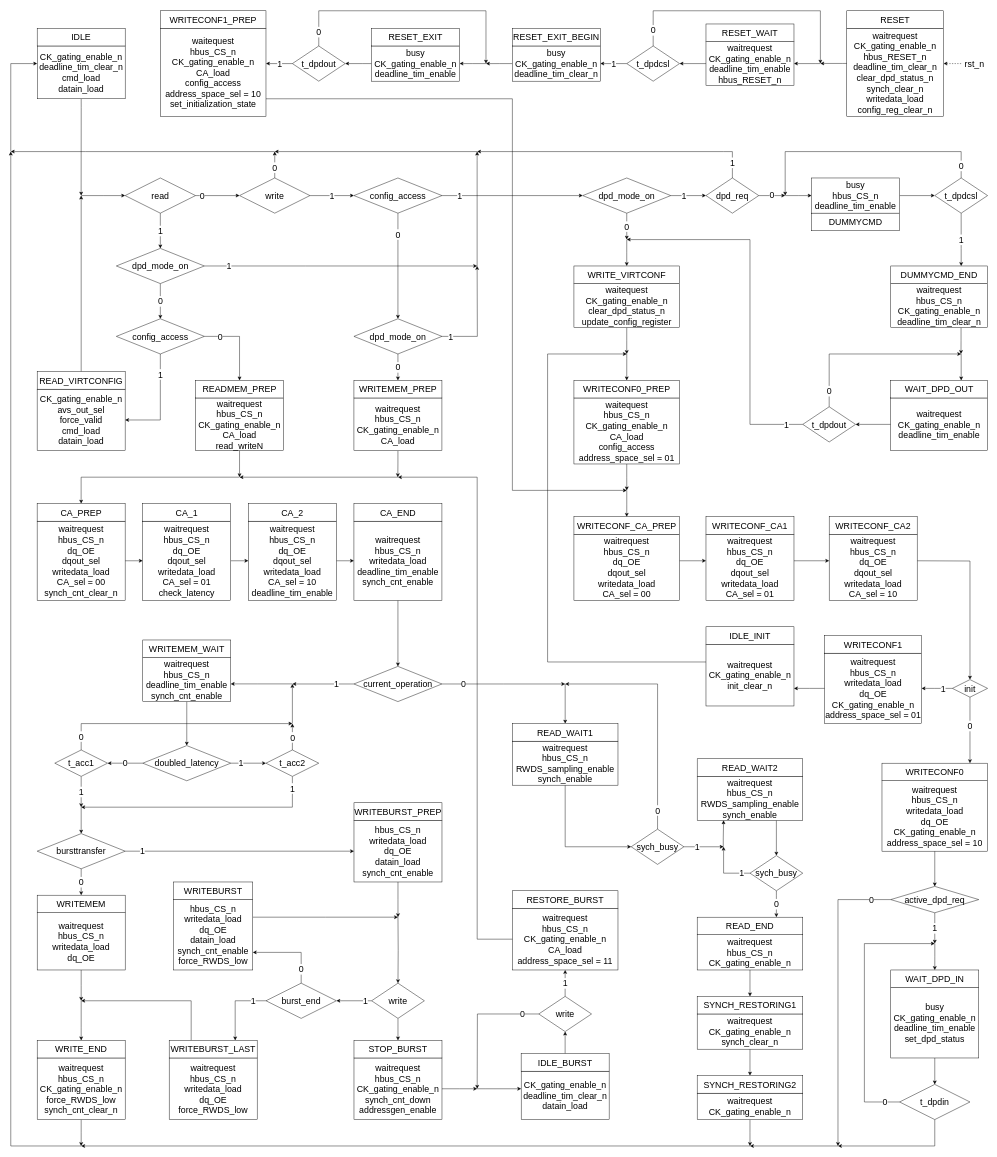
The draw.io diagram page "FSM" (11 of 11) of hyperram_system/ip/avs_to_hram_converter/schematics/avs_to_hram_converter.drawio in AndreaBononi/Intel_Cyclone10LP_systems, before the edit. Source tidied: cells renumbered, new cells numbered last; positions are measured from the earlier drawing's top-left corner, leaving out a move shared by most shapes. Both pictures are drawn from the tidied source at 44%, with x=0, y=0 at pixel (11, 11).
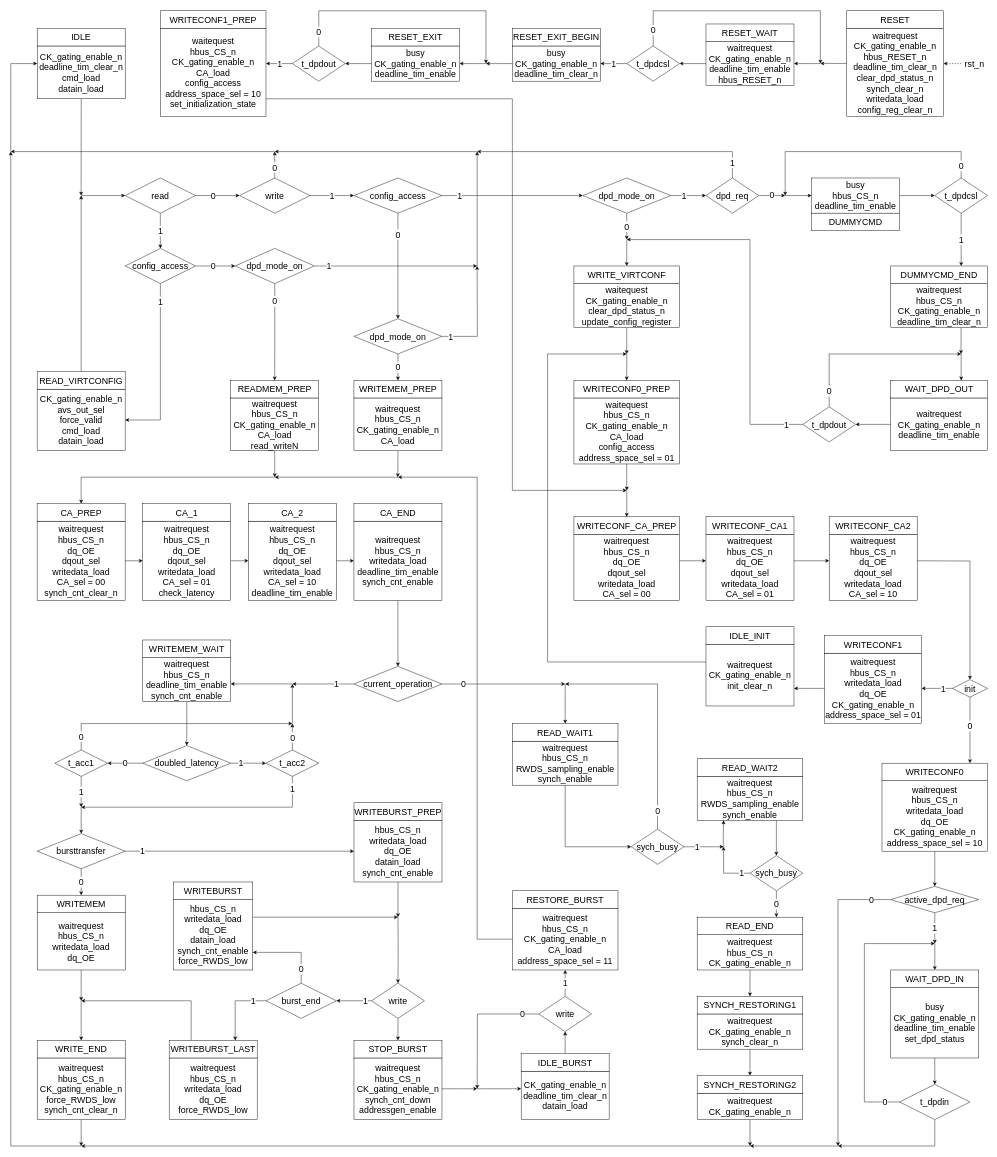
The same page after the edit.

Unchanged cells that the change refers to:
```xml
<mxCell id="10" value="read" style="rhombus;whiteSpace=wrap;html=1;fontSize=20;" parent="1" vertex="1">
  <mxGeometry x="259.9" y="380" width="160" height="80" as="geometry" />
</mxCell>
<mxCell id="13" value="write" style="rhombus;whiteSpace=wrap;html=1;fontSize=20;" parent="1" vertex="1">
  <mxGeometry x="519.9" y="380" width="160" height="80" as="geometry" />
</mxCell>
<mxCell id="62" value="&lt;font style=&quot;font-size: 20px;&quot;&gt;CK_gating_enable_n&lt;/font&gt;&lt;div style=&quot;font-size: 20px;&quot;&gt;&lt;font style=&quot;font-size: 20px;&quot;&gt;avs_out_sel&lt;/font&gt;&lt;/div&gt;&lt;div style=&quot;font-size: 20px;&quot;&gt;&lt;font style=&quot;font-size: 20px;&quot;&gt;force_valid&lt;br&gt;&lt;/font&gt;&lt;/div&gt;&lt;div&gt;&lt;font style=&quot;font-size: 20px;&quot;&gt;cmd_load&lt;/font&gt;&lt;/div&gt;&lt;div&gt;&lt;font style=&quot;font-size: 20px;&quot;&gt;datain_load&lt;/font&gt;&lt;/div&gt;" style="rounded=0;whiteSpace=wrap;html=1;fontSize=20;" parent="1" vertex="1">
  <mxGeometry x="59.9" y="860" width="200" height="140" as="geometry" />
</mxCell>
<mxCell id="142" value="&lt;font style=&quot;font-size: 20px;&quot;&gt;CA_PREP&lt;/font&gt;" style="rounded=0;whiteSpace=wrap;html=1;fontSize=20;" parent="1" vertex="1">
  <mxGeometry x="59.9" y="1120" width="200" height="40" as="geometry" />
</mxCell>
```

Diff of the diagram source:
```diff
@@
     <mxCell id="7" value="0" style="edgeStyle=orthogonalEdgeStyle;rounded=0;jettySize=auto;html=1;exitX=1;exitY=0.5;exitDx=0;exitDy=0;entryX=0;entryY=0.5;entryDx=0;entryDy=0;fontSize=20;" parent="1" edge="1" source="10" target="13">
-      <mxGeometry x="-0.7" relative="1" as="geometry" />
+      <mxGeometry x="-0.2" relative="1" as="geometry" />
     </mxCell>
-    <mxCell id="8" value="1" style="edgeStyle=orthogonalEdgeStyle;rounded=0;jettySize=auto;html=1;exitX=0.5;exitY=1;exitDx=0;exitDy=0;entryX=0.5;entryY=0;entryDx=0;entryDy=0;fontSize=20;" parent="1" edge="1" source="10" target="30">
+    <mxCell id="8" value="1" style="edgeStyle=orthogonalEdgeStyle;rounded=0;jettySize=auto;html=1;exitX=0.5;exitY=1;exitDx=0;exitDy=0;fontSize=20;entryX=0.5;entryY=0;entryDx=0;entryDy=0;" parent="1" edge="1" source="10" target="17">
       <mxGeometry relative="1" as="geometry" />
     </mxCell>
@@
-    <mxCell id="15" value="0" style="edgeStyle=orthogonalEdgeStyle;rounded=0;jettySize=auto;html=1;exitX=1;exitY=0.5;exitDx=0;exitDy=0;entryX=0.5;entryY=0;entryDx=0;entryDy=0;fontSize=20;" parent="1" edge="1" source="17" target="60">
-      <mxGeometry x="-0.6" relative="1" as="geometry">
+    <mxCell id="15" value="0" style="edgeStyle=orthogonalEdgeStyle;rounded=0;jettySize=auto;html=1;exitX=1;exitY=0.5;exitDx=0;exitDy=0;entryX=0;entryY=0.5;entryDx=0;entryDy=0;fontSize=20;" parent="1" edge="1" source="17" target="30">
+      <mxGeometry x="-0.11" relative="1" as="geometry">
         <Array as="points">
-          <mxPoint x="519.9" y="740" />
+          <mxPoint x="490" y="580" />
+          <mxPoint x="490" y="580" />
         </Array>
       </mxGeometry>
     </mxCell>
     <mxCell id="16" value="1" style="edgeStyle=orthogonalEdgeStyle;rounded=0;jettySize=auto;html=1;exitX=0.5;exitY=1;exitDx=0;exitDy=0;entryX=1;entryY=0.5;entryDx=0;entryDy=0;fontSize=20;" parent="1" edge="1" source="17" target="62">
-      <mxGeometry x="-0.6" relative="1" as="geometry" />
+      <mxGeometry x="-0.79" relative="1" as="geometry" />
     </mxCell>
-    <mxCell id="17" value="config_access" style="rhombus;whiteSpace=wrap;html=1;fontSize=20;" parent="1" vertex="1">
-      <mxGeometry x="239.9" y="700" width="200" height="80" as="geometry" />
-    </mxCell>
@@
+    <mxCell id="29" value="1" style="edgeStyle=orthogonalEdgeStyle;rounded=0;jettySize=auto;html=1;fontSize=20;exitX=1;exitY=0.5;exitDx=0;exitDy=0;" parent="1" edge="1" source="30">
+      <mxGeometry x="-0.82" relative="1" as="geometry">
+        <mxPoint x="1059.9" y="580" as="targetPoint" />
+      </mxGeometry>
+    </mxCell>
-    <mxCell id="28" value="0" style="edgeStyle=orthogonalEdgeStyle;rounded=0;jettySize=auto;html=1;exitX=0.5;exitY=1;exitDx=0;exitDy=0;entryX=0.5;entryY=0;entryDx=0;entryDy=0;fontSize=20;" parent="1" edge="1" source="30" target="17">
-      <mxGeometry relative="1" as="geometry" />
+    <mxCell id="28" value="&lt;font style=&quot;font-size: 20px;&quot;&gt;0&lt;/font&gt;" style="edgeStyle=orthogonalEdgeStyle;rounded=0;jettySize=auto;html=1;exitX=0.5;exitY=1;exitDx=0;exitDy=0;entryX=0.5;entryY=0;entryDx=0;entryDy=0;" parent="1" edge="1" source="30" target="60">
+      <mxGeometry x="-0.64" relative="1" as="geometry" />
     </mxCell>
-    <mxCell id="29" value="1" style="edgeStyle=orthogonalEdgeStyle;rounded=0;jettySize=auto;html=1;exitX=1;exitY=0.5;exitDx=0;exitDy=0;fontSize=20;" parent="1" edge="1" source="30">
-      <mxGeometry x="-0.82" relative="1" as="geometry">
-        <mxPoint x="1059.9" y="580" as="targetPoint" />
-        <Array as="points">
-          <mxPoint x="669.9" y="580" />
-          <mxPoint x="669.9" y="580" />
-        </Array>
-      </mxGeometry>
-    </mxCell>
     <mxCell id="30" value="&lt;font style=&quot;font-size: 20px;&quot;&gt;dpd_mode_on&lt;/font&gt;" style="rhombus;whiteSpace=wrap;html=1;fontSize=20;" parent="1" vertex="1">
-      <mxGeometry x="239.9" y="540" width="200" height="80" as="geometry" />
+      <mxGeometry x="510" y="540" width="180" height="80" as="geometry" />
     </mxCell>
@@
     <mxCell id="45" style="edgeStyle=orthogonalEdgeStyle;rounded=0;orthogonalLoop=1;jettySize=auto;html=1;fontSize=20;" parent="1" edge="1">
       <mxGeometry relative="1" as="geometry">
         <mxPoint x="879.9" y="1060" as="sourcePoint" />
-        <mxPoint x="519.9" y="1060" as="targetPoint" />
+        <mxPoint x="600" y="1060" as="targetPoint" />
         <Array as="points">
           <mxPoint x="879.9" y="1060" />
         </Array>
       </mxGeometry>
     </mxCell>
@@
     <mxCell id="59" value="waitrequest&lt;div style=&quot;font-size: 20px;&quot;&gt;&lt;font style=&quot;font-size: 20px;&quot;&gt;hbus_CS_n&lt;/font&gt;&lt;/div&gt;&lt;div style=&quot;font-size: 20px;&quot;&gt;&lt;font style=&quot;font-size: 20px;&quot;&gt;CK_gating_enable_n&lt;/font&gt;&lt;/div&gt;&lt;div style=&quot;font-size: 20px;&quot;&gt;&lt;font style=&quot;font-size: 20px;&quot;&gt;CA_load&lt;/font&gt;&lt;/div&gt;&lt;div style=&quot;font-size: 20px;&quot;&gt;read_writeN&lt;/div&gt;" style="rounded=0;whiteSpace=wrap;html=1;fontSize=20;" parent="1" vertex="1">
-      <mxGeometry x="419.9" y="880" width="200" height="120" as="geometry" />
+      <mxGeometry x="499.9" y="880" width="200" height="120" as="geometry" />
     </mxCell>
     <mxCell id="60" value="&lt;font style=&quot;font-size: 20px;&quot;&gt;READMEM_PREP&lt;/font&gt;" style="rounded=0;whiteSpace=wrap;html=1;fontSize=20;" parent="1" vertex="1">
-      <mxGeometry x="419.9" y="840" width="200" height="40" as="geometry" />
+      <mxGeometry x="499.9" y="840" width="200" height="40" as="geometry" />
     </mxCell>
     <mxCell id="61" style="edgeStyle=orthogonalEdgeStyle;rounded=0;jettySize=auto;html=1;entryX=0.5;entryY=0;entryDx=0;entryDy=0;" parent="1" edge="1" target="142">
       <mxGeometry relative="1" as="geometry">
-        <mxPoint x="519.9" y="1060" as="sourcePoint" />
+        <mxPoint x="600" y="1060" as="sourcePoint" />
         <Array as="points">
           <mxPoint x="159.9" y="1060" />
         </Array>
       </mxGeometry>
     </mxCell>
@@
     <mxCell id="129" style="edgeStyle=orthogonalEdgeStyle;rounded=0;jettySize=auto;html=1;exitX=0.5;exitY=1;exitDx=0;exitDy=0;fontSize=20;" parent="1" edge="1" source="59">
       <mxGeometry relative="1" as="geometry">
-        <mxPoint x="519.9" y="1060" as="targetPoint" />
+        <mxPoint x="599.9" y="1060" as="targetPoint" />
       </mxGeometry>
     </mxCell>
@@
+    <mxCell id="17" value="config_access" style="rhombus;whiteSpace=wrap;html=1;fontSize=20;" parent="1" vertex="1">
+      <mxGeometry x="260" y="540" width="160" height="80" as="geometry" />
+    </mxCell>
```
